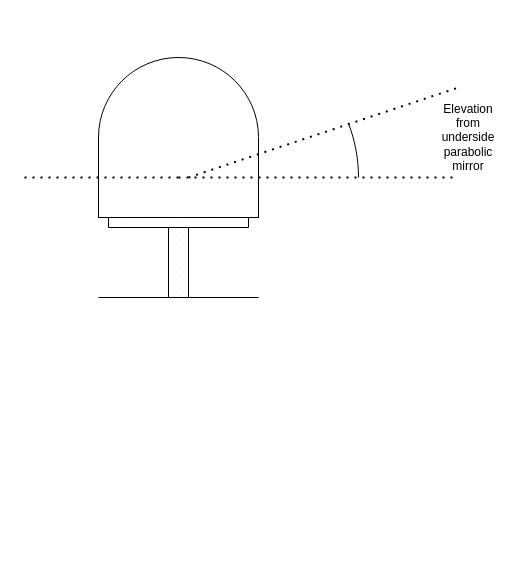
josky65/helloworld_johan keeps this draw.io diagram as antenne.drawio. Above is the earlier version. Source tidied: cells renumbered, new cells numbered last; positions are measured from the earlier drawing's top-left corner, leaving out a move shared by most shapes. Both pictures are drawn from the tidied source at 100%, with x=0, y=0 at pixel (18, 17).
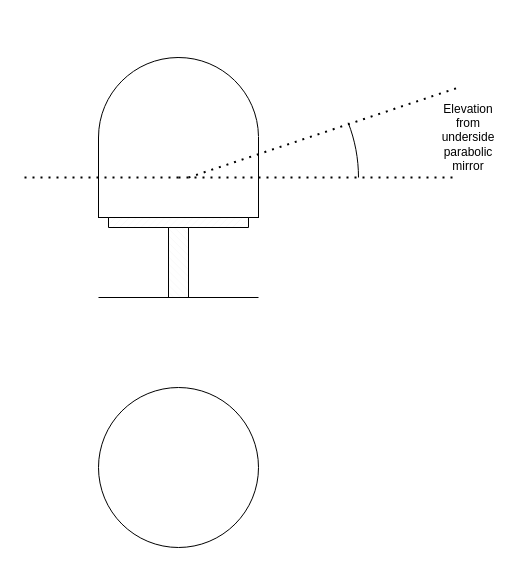
The same page after the edit.

Change to the diagram source:
```diff
@@
 <mxGraphModel>
   <root>
     <mxCell id="0" />
     <mxCell id="1" parent="0" />
     <mxCell id="2" style="verticalLabelPosition=bottom;verticalAlign=top;html=1;shape=mxgraph.basic.arc;startAngle=0.75;endAngle=0.24825111497663815;" parent="1" vertex="1">
       <mxGeometry x="80" y="40" width="160" height="160" as="geometry" />
     </mxCell>
     <mxCell id="3" style="shape=partialRectangle;whiteSpace=wrap;html=1;top=0;bottom=0;fillColor=none;" parent="1" vertex="1">
       <mxGeometry x="80" y="120" width="160" height="80" as="geometry" />
     </mxCell>
     <mxCell id="4" style="endArrow=none;html=1;rounded=0;exitX=1;exitY=1;exitDx=0;exitDy=0;entryX=0;entryY=1;entryDx=0;entryDy=0;" parent="1" edge="1" source="3" target="3">
       <mxGeometry relative="1" as="geometry" />
     </mxCell>
     <mxCell id="5" style="verticalLabelPosition=bottom;verticalAlign=top;html=1;shape=mxgraph.basic.patternFillRect;fillStyle=diag;step=5;fillStrokeWidth=0.2;fillStrokeColor=#dddddd;" parent="1" vertex="1">
       <mxGeometry x="90" y="200" width="140" height="10" as="geometry" />
     </mxCell>
     <mxCell id="6" style="verticalLabelPosition=bottom;verticalAlign=top;html=1;shape=mxgraph.basic.patternFillRect;fillStyle=diagRev;step=5;fillStrokeWidth=0.2;fillStrokeColor=#dddddd;" parent="1" vertex="1">
       <mxGeometry x="150" y="210" width="20" height="70" as="geometry" />
     </mxCell>
     <mxCell id="7" style="endArrow=none;html=1;rounded=0;" parent="1" edge="1">
       <mxGeometry relative="1" as="geometry">
         <mxPoint x="80" y="280" as="sourcePoint" />
         <mxPoint x="240" y="280" as="targetPoint" />
       </mxGeometry>
     </mxCell>
     <mxCell id="8" style="endArrow=none;dashed=1;html=1;dashPattern=1 3;strokeWidth=2;rounded=0;exitX=0.5;exitY=0.5;exitDx=0;exitDy=0;exitPerimeter=0;" parent="1" edge="1" source="11">
       <mxGeometry relative="1" as="geometry">
         <mxPoint x="440" y="70" as="targetPoint" />
       </mxGeometry>
     </mxCell>
     <mxCell id="9" style="endArrow=none;dashed=1;html=1;dashPattern=1 3;strokeWidth=2;rounded=0;" parent="1" edge="1">
       <mxGeometry relative="1" as="geometry">
         <mxPoint x="160" y="160" as="sourcePoint" />
         <mxPoint x="440" y="160" as="targetPoint" />
       </mxGeometry>
     </mxCell>
     <mxCell id="10" style="endArrow=none;dashed=1;html=1;dashPattern=1 3;strokeWidth=2;rounded=0;exitX=0.5;exitY=0.5;exitDx=0;exitDy=0;exitPerimeter=0;" parent="1" edge="1" source="3" target="11">
       <mxGeometry relative="1" as="geometry" />
     </mxCell>
     <mxCell id="11" style="verticalLabelPosition=bottom;verticalAlign=top;html=1;shape=mxgraph.basic.arc;startAngle=0.1943410828633528;endAngle=0.25;" parent="1" vertex="1">
       <mxGeometry width="340" height="320" as="geometry" />
     </mxCell>
     <mxCell id="12" value="Elevation from underside parabolic mirror" style="text;html=1;align=center;verticalAlign=middle;whiteSpace=wrap;rounded=0;" parent="1" vertex="1">
       <mxGeometry x="420" y="105" width="60" height="30" as="geometry" />
     </mxCell>
+    <mxCell id="13" style="ellipse;whiteSpace=wrap;html=1;" parent="1" vertex="1">
+      <mxGeometry x="80" y="370" width="160" height="160" as="geometry" />
+    </mxCell>
   </root>
 </mxGraphModel>
```
